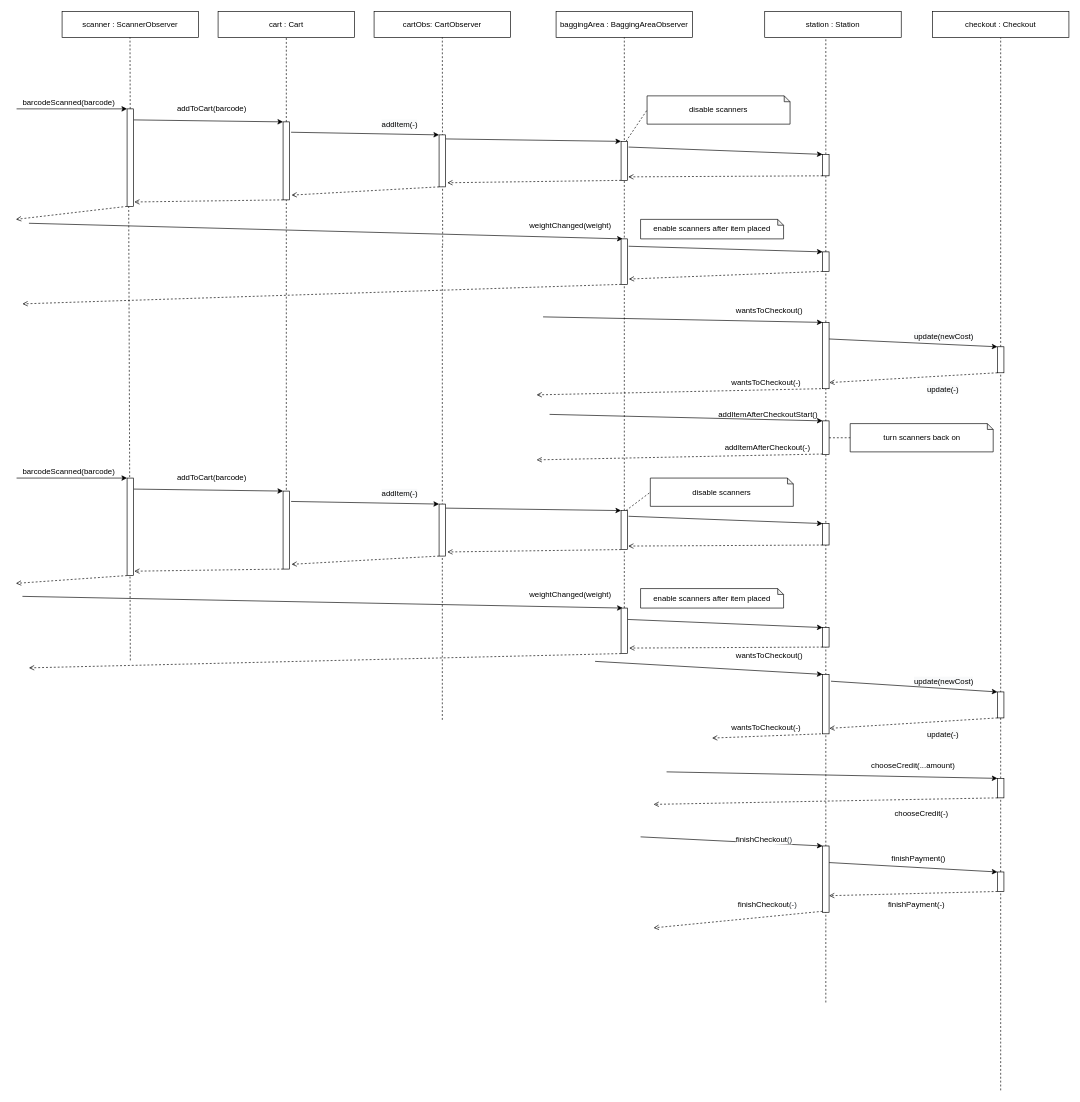
Before: page "GeneralSystem" (1 of 3) of Diagrams/SequenceDiagrams/SequenceDiagrams.drawio in adam-25/Self-Checkout-System, a draw.io diagram. Source tidied: cells renumbered, new cells numbered last; positions are measured from the earlier drawing's top-left corner, leaving out a move shared by most shapes. Both pictures are drawn from the tidied source at 65%, with x=0, y=0 at pixel (16, 11).
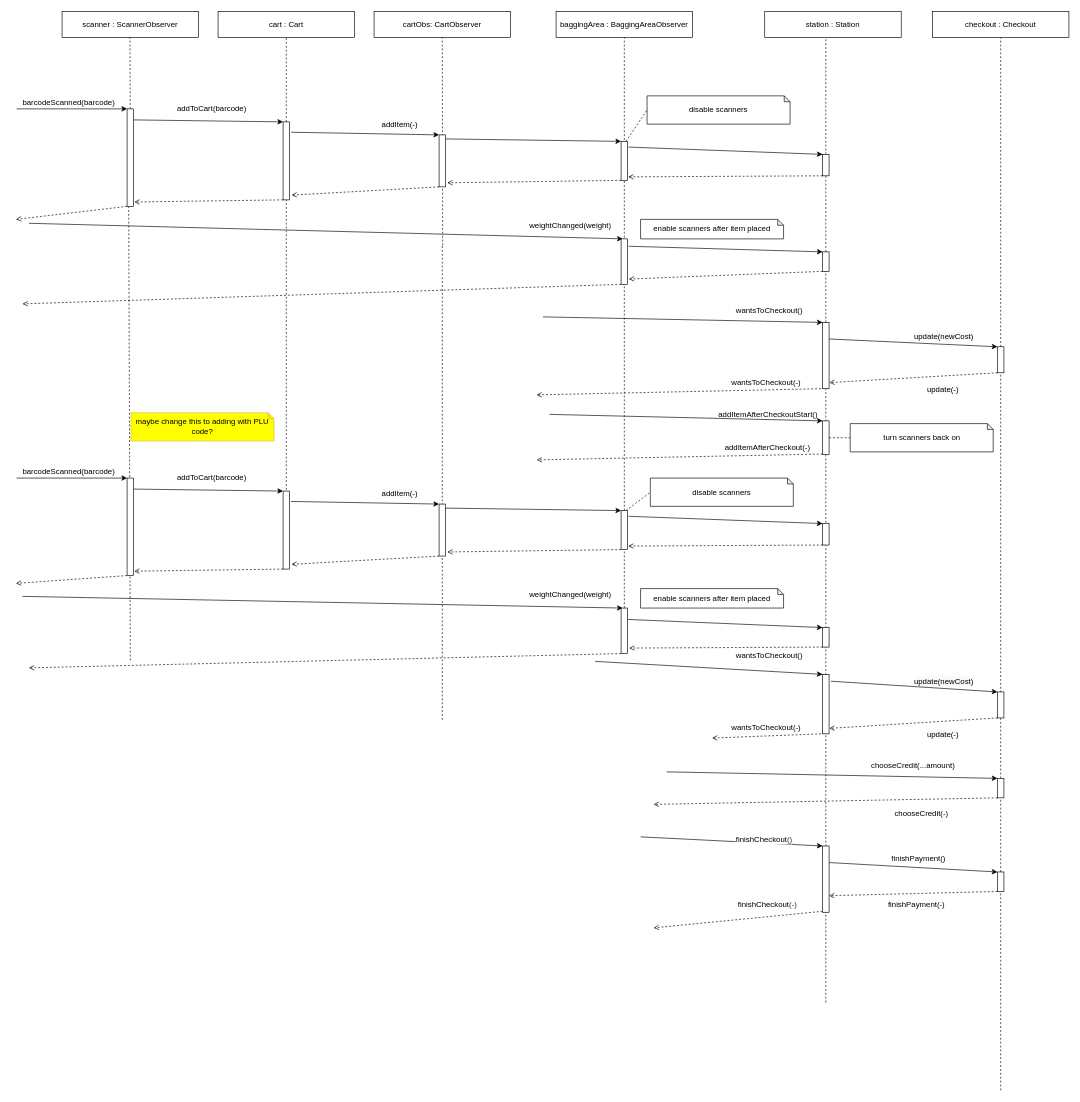
The same page after the edit.

Commit message (it also covers changes not shown here):
also need to add PLU code add to proccess/bag

Change to the diagram source:
```diff
@@
+    <mxCell id="123" value="maybe change this to adding with PLU code?" style="shape=note;whiteSpace=wrap;html=1;backgroundOutline=1;darkOpacity=0.05;size=9;fillColor=#FFFF00;strokeColor=#d6b656;" parent="1" vertex="1">
+      <mxGeometry x="177" y="617.5" width="220" height="43.5" as="geometry" />
+    </mxCell>
```
